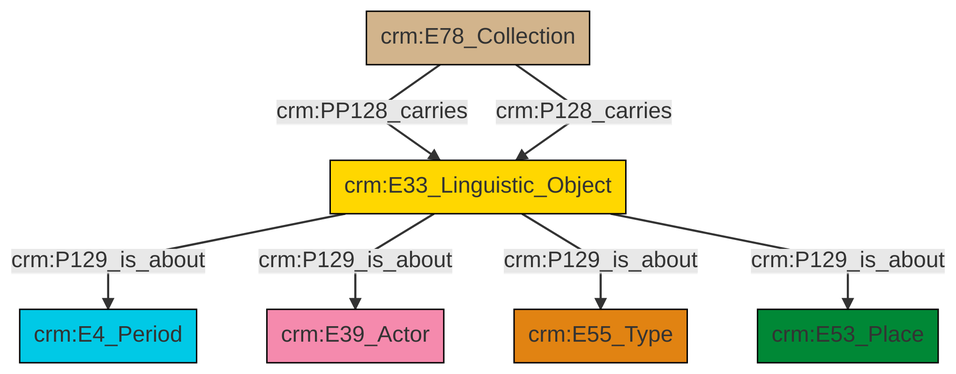
Above: et/archivalCSV/ttl/mmd/png/archival_aboutness.png in swiss-art-research-net/docs.swissartresearch (Mermaid), before the change. Its source is kept beside it as et/archivalCSV/ttl/mmd/archival_aboutness.ttl.mmd.
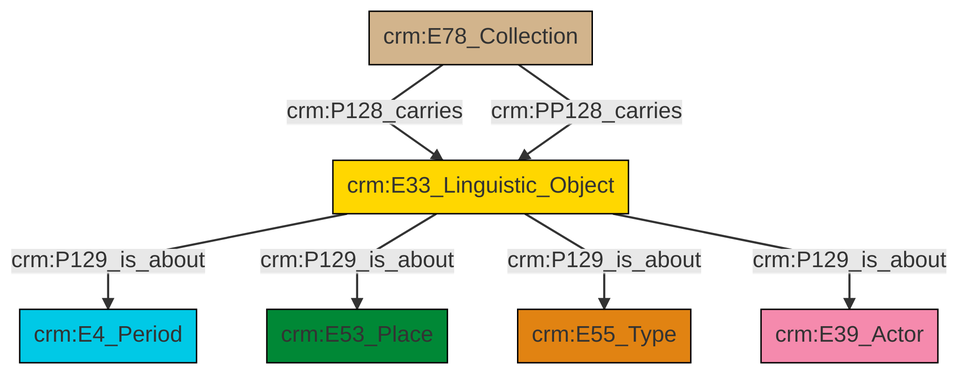
The same diagram one commit later.

The edit, as a diff of the source:
```diff
@@ -13,9 +13,9 @@
 classDef PC_Classes fill:#4ce600, stroke:#000000;
 classDef Multi fill:#cccccc,stroke:#000000;
 
-4["crm:E33_Linguistic_Object"]:::Conceptual_Object -->|crm:P129_is_about| 5["crm:E4_Period"]:::Temporal_Entity
-2["crm:E78_Collection"]:::Physical_Thing -->|crm:PP128_carries| 4["crm:E33_Linguistic_Object"]:::Conceptual_Object
-4["crm:E33_Linguistic_Object"]:::Conceptual_Object -->|crm:P129_is_about| 0["crm:E39_Actor"]:::Actor
-4["crm:E33_Linguistic_Object"]:::Conceptual_Object -->|crm:P129_is_about| 6["crm:E55_Type"]:::Type
-4["crm:E33_Linguistic_Object"]:::Conceptual_Object -->|crm:P129_is_about| 9["crm:E53_Place"]:::Place
-2["crm:E78_Collection"]:::Physical_Thing -->|crm:P128_carries| 4["crm:E33_Linguistic_Object"]:::Conceptual_Object
+0["crm:E33_Linguistic_Object"]:::Conceptual_Object -->|crm:P129_is_about| 1["crm:E4_Period"]:::Temporal_Entity
+0["crm:E33_Linguistic_Object"]:::Conceptual_Object -->|crm:P129_is_about| 2["crm:E53_Place"]:::Place
+0["crm:E33_Linguistic_Object"]:::Conceptual_Object -->|crm:P129_is_about| 4["crm:E55_Type"]:::Type
+7["crm:E78_Collection"]:::Physical_Thing -->|crm:P128_carries| 0["crm:E33_Linguistic_Object"]:::Conceptual_Object
+0["crm:E33_Linguistic_Object"]:::Conceptual_Object -->|crm:P129_is_about| 9["crm:E39_Actor"]:::Actor
+7["crm:E78_Collection"]:::Physical_Thing -->|crm:PP128_carries| 0["crm:E33_Linguistic_Object"]:::Conceptual_Object
```
